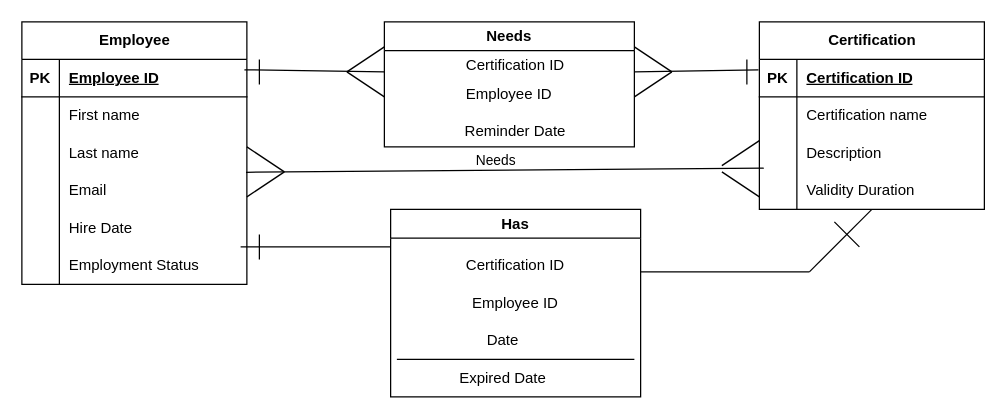
Above: Project Peak ER Diagram.drawio in pkhanna-msky/Project-Peak (draw.io), before the change. Source tidied: cells renumbered, new cells numbered last; positions are measured from the earlier drawing's top-left corner, leaving out a move shared by most shapes. Both pictures are drawn from the tidied source at 125%, with x=0, y=0 at pixel (21, 21).
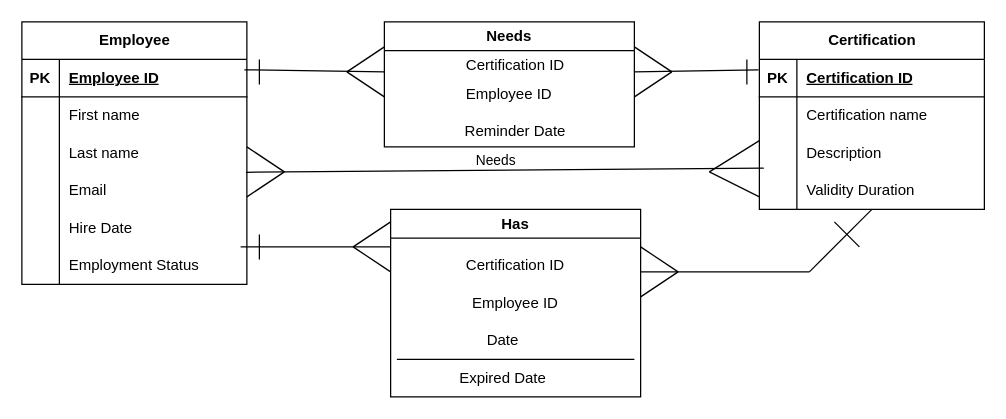
The same diagram, later.

The change refers to these unchanged cells:
```xml
<mxCell id="40" value="Has" style="swimlane;whiteSpace=wrap;html=1;" parent="1" vertex="1">
  <mxGeometry x="295" y="150" width="200" height="150" as="geometry" />
</mxCell>
```

Diff of the diagram source:
```diff
@@
+    <mxCell id="63" style="endArrow=none;html=1;rounded=0;" parent="40" edge="1">
+      <mxGeometry relative="1" as="geometry">
+        <mxPoint x="230" y="50" as="sourcePoint" />
+        <mxPoint x="200" y="30" as="targetPoint" />
+      </mxGeometry>
+    </mxCell>
@@
-    <mxCell id="59" style="endArrow=none;html=1;rounded=0;" parent="1" edge="1">
-      <mxGeometry relative="1" as="geometry">
-        <mxPoint x="590" y="140" as="sourcePoint" />
-        <mxPoint x="560" y="120" as="targetPoint" />
-      </mxGeometry>
-    </mxCell>
-    <mxCell id="60" style="endArrow=none;html=1;rounded=0;exitX=1;exitY=0;exitDx=0;exitDy=0;" parent="1" edge="1">
-      <mxGeometry relative="1" as="geometry">
-        <mxPoint x="560" y="115" as="sourcePoint" />
-        <mxPoint x="590" y="95" as="targetPoint" />
-      </mxGeometry>
-    </mxCell>
@@
+    <mxCell id="64" style="endArrow=none;html=1;rounded=0;exitX=1;exitY=0;exitDx=0;exitDy=0;" parent="1" edge="1">
+      <mxGeometry relative="1" as="geometry">
+        <mxPoint x="495" y="220" as="sourcePoint" />
+        <mxPoint x="525" y="200" as="targetPoint" />
+      </mxGeometry>
+    </mxCell>
+    <mxCell id="65" style="endArrow=none;html=1;rounded=0;" parent="1" edge="1">
+      <mxGeometry relative="1" as="geometry">
+        <mxPoint x="295" y="160" as="sourcePoint" />
+        <mxPoint x="265" y="180" as="targetPoint" />
+      </mxGeometry>
+    </mxCell>
+    <mxCell id="66" style="endArrow=none;html=1;rounded=0;exitX=1;exitY=0;exitDx=0;exitDy=0;" parent="1" edge="1">
+      <mxGeometry relative="1" as="geometry">
+        <mxPoint x="295" y="200" as="sourcePoint" />
+        <mxPoint x="265" y="180" as="targetPoint" />
+      </mxGeometry>
+    </mxCell>
+    <mxCell id="67" style="endArrow=none;html=1;rounded=0;" parent="1" edge="1">
+      <mxGeometry relative="1" as="geometry">
+        <mxPoint x="590" y="95" as="sourcePoint" />
+        <mxPoint x="550" y="120" as="targetPoint" />
+      </mxGeometry>
+    </mxCell>
+    <mxCell id="68" style="endArrow=none;html=1;rounded=0;exitX=1;exitY=0;exitDx=0;exitDy=0;" parent="1" edge="1">
+      <mxGeometry relative="1" as="geometry">
+        <mxPoint x="590" y="140" as="sourcePoint" />
+        <mxPoint x="550" y="120" as="targetPoint" />
+      </mxGeometry>
+    </mxCell>
```
